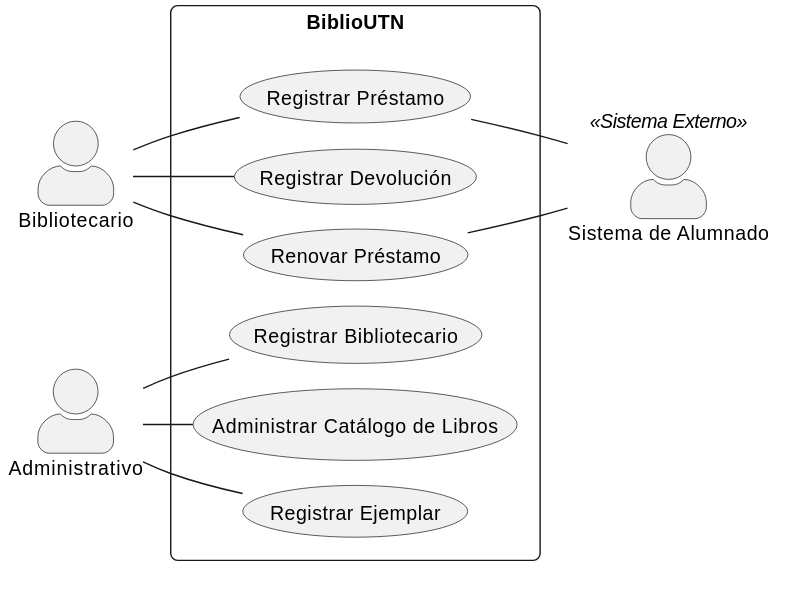
The PlantUML diagram parciales/ejercicio-extra/01-diagrama-casos-de-uso/cu_biblioteca.svg in sandobaitt/dsi-2026, before a commit.
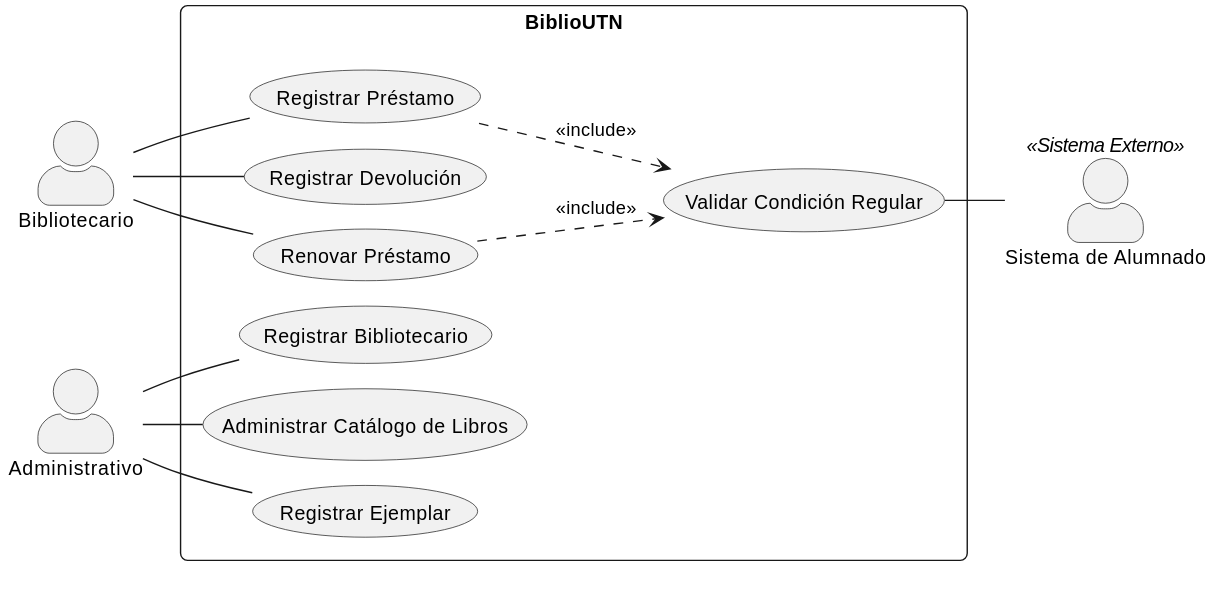
The same file after the commit.

Change to the diagram source:
```diff
@@ -19,6 +19,10 @@
     usecase "Registrar Bibliotecario" as CU04
     usecase "Administrar Catálogo de Libros" as CU05
     usecase "Registrar Ejemplar" as CU06
+    usecase "Validar Condición Regular" as CU07
+
+    CU01 ..> CU07 : <<include>>
+    CU03 ..> CU07 : <<include>>
 }
 
 Biblio -- CU01
@@ -29,6 +33,5 @@
 Admin -- CU05
 Admin -- CU06
 
-CU01 -- Alumnado
-CU03 -- Alumnado
+CU07 -- Alumnado
 @enduml
```
